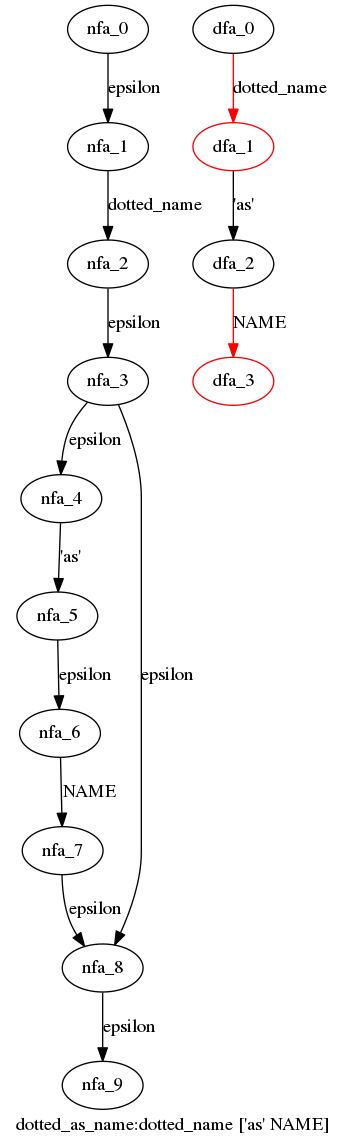
WinChua/blog keeps this Graphviz diagram as cpython/grammar/handwrite/nfa_dfas/32.dotted_as_name.dot.png. Above is the earlier version. Its source is kept beside it as cpython/grammar/handwrite/nfa_dfas/32.dotted_as_name.dot.
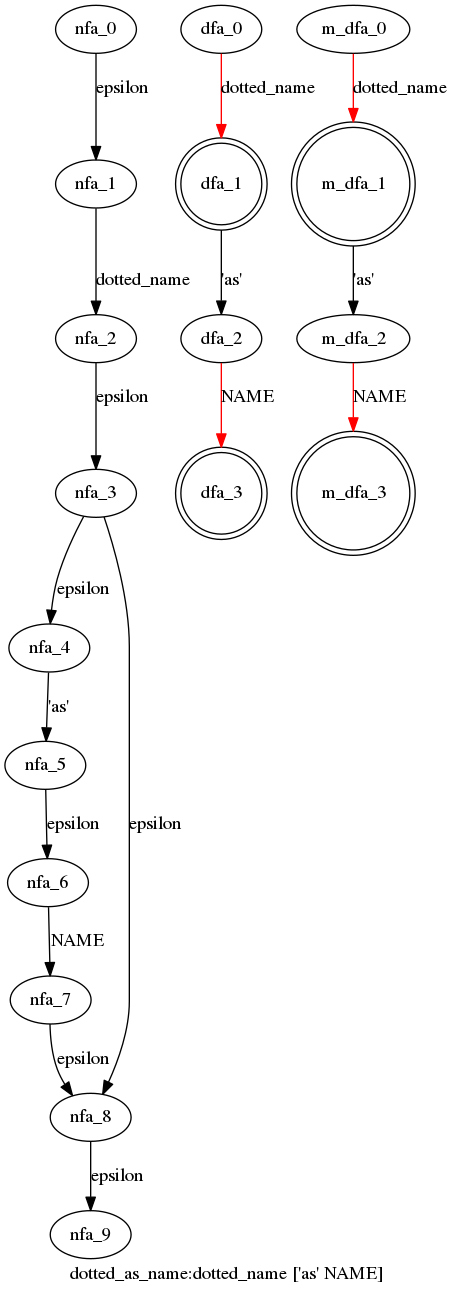
The same file after the commit.

Change to the diagram source:
```diff
@@ -16,7 +16,14 @@
   dfa_0->dfa_1[label="dotted_name",color=red]
   dfa_1->dfa_2[label="'as'"]
   dfa_2->dfa_3[label="NAME",color=red]
-  dfa_1[color=red]
-  dfa_3[color=red]
+  dfa_1[shape=doublecircle]
+  dfa_3[shape=doublecircle]
+  }
+ subgraph dotted_as_name_m_dfa {
+  m_dfa_0->m_dfa_1[label="dotted_name",color=red]
+  m_dfa_1->m_dfa_2[label="'as'"]
+  m_dfa_2->m_dfa_3[label="NAME",color=red]
+  m_dfa_1[shape=doublecircle]
+  m_dfa_3[shape=doublecircle]
   }
 }
```
